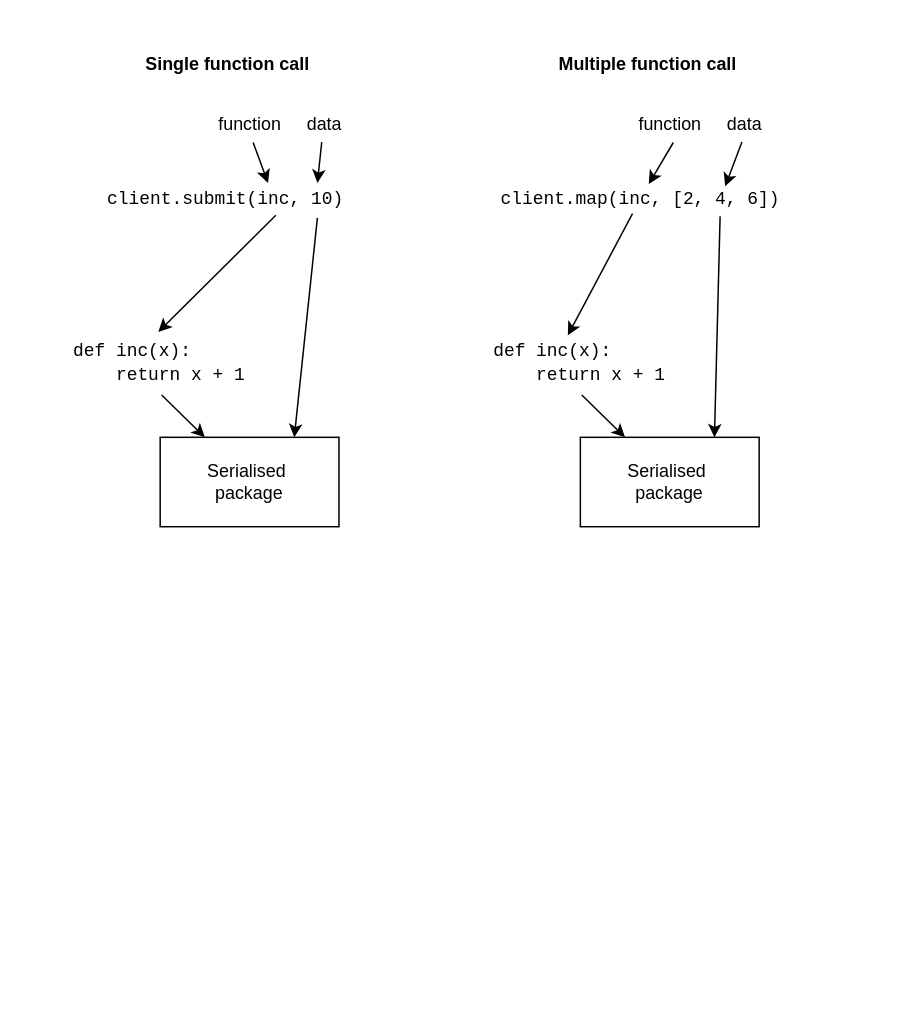
Earlier version of the draw.io diagram page "Page-2" (2 of 2) of doc/Report/pic/DaskSerialisation.drawio (NelisW/libraddask). Source tidied: cells renumbered, new cells numbered last; positions are measured from the earlier drawing's top-left corner, leaving out a move shared by most shapes. Both pictures are drawn from the tidied source at 149%, with x=0, y=0 at pixel (70, 49).
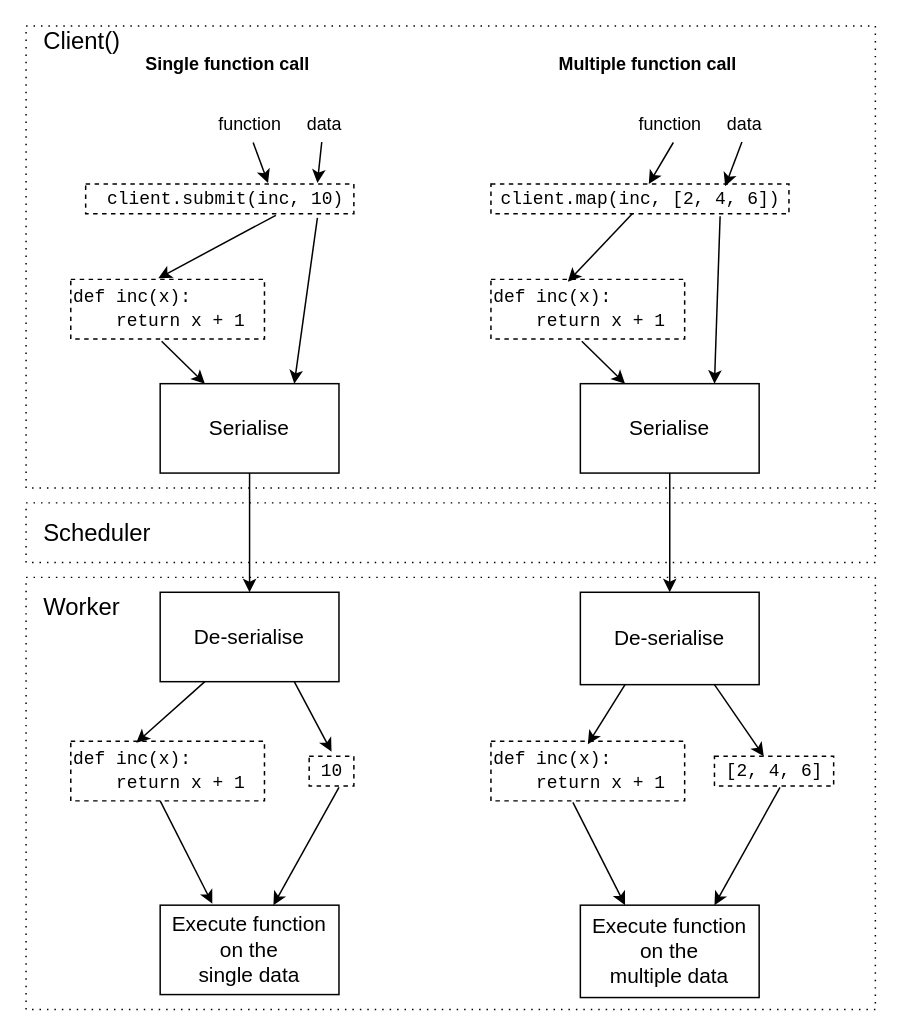
The same page after the edit.

Diff of the diagram source:
```diff
@@
-    <mxCell id="2" value="&lt;font face=&quot;Courier New&quot;&gt;&amp;nbsp;client.submit(inc, 10)&lt;/font&gt;" style="text;html=1;align=center;verticalAlign=middle;points=[];" parent="1" vertex="1">
+    <mxCell id="2" value="&lt;font face=&quot;Courier New&quot;&gt;&amp;nbsp;client.submit(inc, 10)&lt;/font&gt;" style="text;html=1;align=center;verticalAlign=middle;points=[];strokeColor=#000000;dashed=1;" parent="1" vertex="1">
       <mxGeometry x="10" y="90" width="180" height="20" as="geometry" />
     </mxCell>
@@
-    <mxCell id="6" value="&lt;div&gt;&lt;font face=&quot;Courier New&quot;&gt;def inc(x):&lt;/font&gt;&lt;/div&gt;&lt;div&gt;&lt;font face=&quot;Courier New&quot;&gt;&amp;nbsp; &amp;nbsp; return x + 1&lt;/font&gt;&lt;/div&gt;" style="text;html=1;align=left;verticalAlign=middle;points=[];" parent="1" vertex="1">
-      <mxGeometry y="190" width="130" height="40" as="geometry" />
+    <mxCell id="6" value="&lt;div&gt;&lt;font face=&quot;Courier New&quot;&gt;def inc(x):&lt;/font&gt;&lt;/div&gt;&lt;div&gt;&lt;font face=&quot;Courier New&quot;&gt;&amp;nbsp; &amp;nbsp; return x + 1&lt;/font&gt;&lt;/div&gt;" style="text;html=1;align=left;verticalAlign=middle;points=[];dashed=1;strokeColor=#000000;" parent="1" vertex="1">
+      <mxGeometry y="154" width="130" height="40" as="geometry" />
     </mxCell>
-    <mxCell id="7" value="Serialised&amp;nbsp;&lt;br&gt;package" style="rounded=0;whiteSpace=wrap;html=1;" parent="1" vertex="1">
-      <mxGeometry x="60" y="260" width="120" height="60" as="geometry" />
+    <mxCell id="7" value="Serialise" style="rounded=0;whiteSpace=wrap;html=1;fontSize=14;" parent="1" vertex="1">
+      <mxGeometry x="60" y="224" width="120" height="60" as="geometry" />
     </mxCell>
@@
-    <mxCell id="13" value="&lt;span style=&quot;font-family: &amp;#34;courier new&amp;#34;&quot;&gt;client.map(inc, [2, 4, 6])&lt;/span&gt;" style="text;html=1;align=center;verticalAlign=middle;points=[];" parent="1" vertex="1">
+    <mxCell id="13" value="&lt;span style=&quot;font-family: &amp;#34;courier new&amp;#34;&quot;&gt;client.map(inc, [2, 4, 6])&lt;/span&gt;" style="text;html=1;align=center;verticalAlign=middle;points=[];strokeColor=#000000;dashed=1;" parent="1" vertex="1">
       <mxGeometry x="282" y="90" width="200" height="20" as="geometry" />
     </mxCell>
@@
-    <mxCell id="17" value="&lt;div&gt;&lt;font face=&quot;Courier New&quot;&gt;def inc(x):&lt;/font&gt;&lt;/div&gt;&lt;div&gt;&lt;font face=&quot;Courier New&quot;&gt;&amp;nbsp; &amp;nbsp; return x + 1&lt;/font&gt;&lt;/div&gt;" style="text;html=1;align=left;verticalAlign=middle;points=[];" parent="1" vertex="1">
-      <mxGeometry x="282" y="190" width="130" height="40" as="geometry" />
+    <mxCell id="17" value="&lt;div&gt;&lt;font face=&quot;Courier New&quot;&gt;def inc(x):&lt;/font&gt;&lt;/div&gt;&lt;div&gt;&lt;font face=&quot;Courier New&quot;&gt;&amp;nbsp; &amp;nbsp; return x + 1&lt;/font&gt;&lt;/div&gt;" style="text;html=1;align=left;verticalAlign=middle;points=[];dashed=1;strokeColor=#000000;" parent="1" vertex="1">
+      <mxGeometry x="282" y="154" width="130" height="40" as="geometry" />
     </mxCell>
-    <mxCell id="18" value="Serialised&amp;nbsp;&lt;br&gt;package" style="rounded=0;whiteSpace=wrap;html=1;" parent="1" vertex="1">
-      <mxGeometry x="342" y="260" width="120" height="60" as="geometry" />
+    <mxCell id="18" value="Serialise" style="rounded=0;whiteSpace=wrap;html=1;fontSize=14;" parent="1" vertex="1">
+      <mxGeometry x="342" y="224" width="120" height="60" as="geometry" />
     </mxCell>
@@
+    <mxCell id="24" value="De-serialise" style="rounded=0;whiteSpace=wrap;html=1;fontSize=14;" parent="1" vertex="1">
+      <mxGeometry x="60" y="364" width="120" height="60" as="geometry" />
+    </mxCell>
+    <mxCell id="25" value="De-serialise" style="rounded=0;whiteSpace=wrap;html=1;fontSize=14;" parent="1" vertex="1">
+      <mxGeometry x="342" y="364" width="120" height="62" as="geometry" />
+    </mxCell>
+    <mxCell id="26" value="&lt;div&gt;&lt;font face=&quot;Courier New&quot;&gt;def inc(x):&lt;/font&gt;&lt;/div&gt;&lt;div&gt;&lt;font face=&quot;Courier New&quot;&gt;&amp;nbsp; &amp;nbsp; return x + 1&lt;/font&gt;&lt;/div&gt;" style="text;html=1;align=left;verticalAlign=middle;points=[];dashed=1;strokeColor=#000000;" parent="1" vertex="1">
+      <mxGeometry y="464" width="130" height="40" as="geometry" />
+    </mxCell>
+    <mxCell id="27" value="&lt;div&gt;&lt;font face=&quot;Courier New&quot;&gt;def inc(x):&lt;/font&gt;&lt;/div&gt;&lt;div&gt;&lt;font face=&quot;Courier New&quot;&gt;&amp;nbsp; &amp;nbsp; return x + 1&lt;/font&gt;&lt;/div&gt;" style="text;html=1;align=left;verticalAlign=middle;points=[];dashed=1;strokeColor=#000000;" parent="1" vertex="1">
+      <mxGeometry x="282" y="464" width="130" height="40" as="geometry" />
+    </mxCell>
+    <mxCell id="28" value="&lt;font face=&quot;Courier New&quot;&gt;10&lt;/font&gt;" style="text;html=1;align=center;verticalAlign=middle;strokeColor=#000000;dashed=1;" parent="1" vertex="1">
+      <mxGeometry x="160" y="474" width="30" height="20" as="geometry" />
+    </mxCell>
+    <mxCell id="29" value="&lt;span style=&quot;font-family: &amp;#34;courier new&amp;#34;&quot;&gt;[2, 4, 6]&lt;/span&gt;" style="text;html=1;align=center;verticalAlign=middle;points=[];strokeColor=#000000;dashed=1;" parent="1" vertex="1">
+      <mxGeometry x="432" y="474" width="80" height="20" as="geometry" />
+    </mxCell>
+    <mxCell id="30" value="Execute function on the &lt;br&gt;single data" style="rounded=0;whiteSpace=wrap;html=1;fontSize=14;" parent="1" vertex="1">
+      <mxGeometry x="60" y="574" width="120" height="60" as="geometry" />
+    </mxCell>
+    <mxCell id="31" value="Execute function on the &lt;br&gt;multiple data" style="rounded=0;whiteSpace=wrap;html=1;fontSize=14;" parent="1" vertex="1">
+      <mxGeometry x="342" y="574" width="120" height="62" as="geometry" />
+    </mxCell>
+    <mxCell id="32" style="endArrow=classic;html=1;fontSize=14;exitX=0.5;exitY=1;exitDx=0;exitDy=0;entryX=0.5;entryY=0;entryDx=0;entryDy=0;" parent="1" edge="1" source="7" target="24">
+      <mxGeometry relative="1" as="geometry" />
+    </mxCell>
+    <mxCell id="33" style="endArrow=classic;html=1;fontSize=14;exitX=0.5;exitY=1;exitDx=0;exitDy=0;" parent="1" edge="1" source="18" target="25">
+      <mxGeometry relative="1" as="geometry" />
+    </mxCell>
+    <mxCell id="34" style="endArrow=classic;html=1;fontSize=14;exitX=0.25;exitY=1;exitDx=0;exitDy=0;entryX=0.338;entryY=0.025;entryDx=0;entryDy=0;entryPerimeter=0;" parent="1" edge="1" source="24" target="26">
+      <mxGeometry relative="1" as="geometry" />
+    </mxCell>
+    <mxCell id="35" style="endArrow=classic;html=1;fontSize=14;exitX=0.75;exitY=1;exitDx=0;exitDy=0;" parent="1" edge="1" source="24">
+      <mxGeometry relative="1" as="geometry">
+        <mxPoint x="175" y="471" as="targetPoint" />
+      </mxGeometry>
+    </mxCell>
+    <mxCell id="36" style="endArrow=classic;html=1;fontSize=14;exitX=0.75;exitY=1;exitDx=0;exitDy=0;" parent="1" edge="1" source="25" target="29">
+      <mxGeometry relative="1" as="geometry" />
+    </mxCell>
+    <mxCell id="37" style="endArrow=classic;html=1;fontSize=14;exitX=0.25;exitY=1;exitDx=0;exitDy=0;entryX=0.5;entryY=0.05;entryDx=0;entryDy=0;entryPerimeter=0;" parent="1" edge="1" source="25" target="27">
+      <mxGeometry relative="1" as="geometry" />
+    </mxCell>
+    <mxCell id="38" style="endArrow=classic;html=1;fontSize=14;exitX=0.423;exitY=1.025;exitDx=0;exitDy=0;exitPerimeter=0;entryX=0.25;entryY=0;entryDx=0;entryDy=0;" parent="1" edge="1" source="27" target="31">
+      <mxGeometry relative="1" as="geometry" />
+    </mxCell>
+    <mxCell id="39" style="endArrow=classic;html=1;fontSize=14;exitX=0.55;exitY=1.05;exitDx=0;exitDy=0;exitPerimeter=0;entryX=0.75;entryY=0;entryDx=0;entryDy=0;" parent="1" edge="1" source="29" target="31">
+      <mxGeometry relative="1" as="geometry" />
+    </mxCell>
+    <mxCell id="40" style="endArrow=classic;html=1;fontSize=14;exitX=0.55;exitY=1.05;exitDx=0;exitDy=0;exitPerimeter=0;entryX=0.75;entryY=0;entryDx=0;entryDy=0;" parent="1" edge="1">
+      <mxGeometry relative="1" as="geometry">
+        <mxPoint x="180" y="495" as="sourcePoint" />
+        <mxPoint x="136" y="574" as="targetPoint" />
+      </mxGeometry>
+    </mxCell>
+    <mxCell id="41" style="endArrow=classic;html=1;fontSize=14;exitX=0.423;exitY=1.025;exitDx=0;exitDy=0;exitPerimeter=0;entryX=0.25;entryY=0;entryDx=0;entryDy=0;" parent="1" edge="1">
+      <mxGeometry relative="1" as="geometry">
+        <mxPoint x="60" y="504" as="sourcePoint" />
+        <mxPoint x="95" y="573" as="targetPoint" />
+      </mxGeometry>
+    </mxCell>
+    <mxCell id="42" style="rounded=0;whiteSpace=wrap;html=1;fillColor=none;dashed=1;dashPattern=1 4;" parent="1" vertex="1">
+      <mxGeometry x="-30" y="-16" width="570" height="310" as="geometry" />
+    </mxCell>
+    <mxCell id="43" style="rounded=0;whiteSpace=wrap;html=1;fillColor=none;dashed=1;dashPattern=1 4;" parent="1" vertex="1">
+      <mxGeometry x="-30" y="304" width="570" height="40" as="geometry" />
+    </mxCell>
+    <mxCell id="44" style="rounded=0;whiteSpace=wrap;html=1;fillColor=none;dashed=1;dashPattern=1 4;" parent="1" vertex="1">
+      <mxGeometry x="-30" y="354" width="570" height="290" as="geometry" />
+    </mxCell>
+    <mxCell id="45" value="&lt;span style=&quot;white-space: normal ; font-size: 16px&quot;&gt;Worker&lt;/span&gt;" style="text;html=1;align=left;verticalAlign=middle;fontSize=16;" parent="1" vertex="1">
+      <mxGeometry x="-20" y="364" width="70" height="20" as="geometry" />
+    </mxCell>
+    <mxCell id="46" value="&lt;span style=&quot;white-space: normal ; font-size: 16px&quot;&gt;Scheduler&lt;/span&gt;" style="text;html=1;align=left;verticalAlign=middle;fontSize=16;" parent="1" vertex="1">
+      <mxGeometry x="-20" y="314" width="90" height="20" as="geometry" />
+    </mxCell>
+    <mxCell id="47" value="&lt;span style=&quot;white-space: normal; font-size: 16px;&quot;&gt;Client()&lt;/span&gt;" style="text;html=1;align=left;verticalAlign=middle;fontSize=16;" parent="1" vertex="1">
+      <mxGeometry x="-20" y="-16" width="70" height="20" as="geometry" />
+    </mxCell>
```
